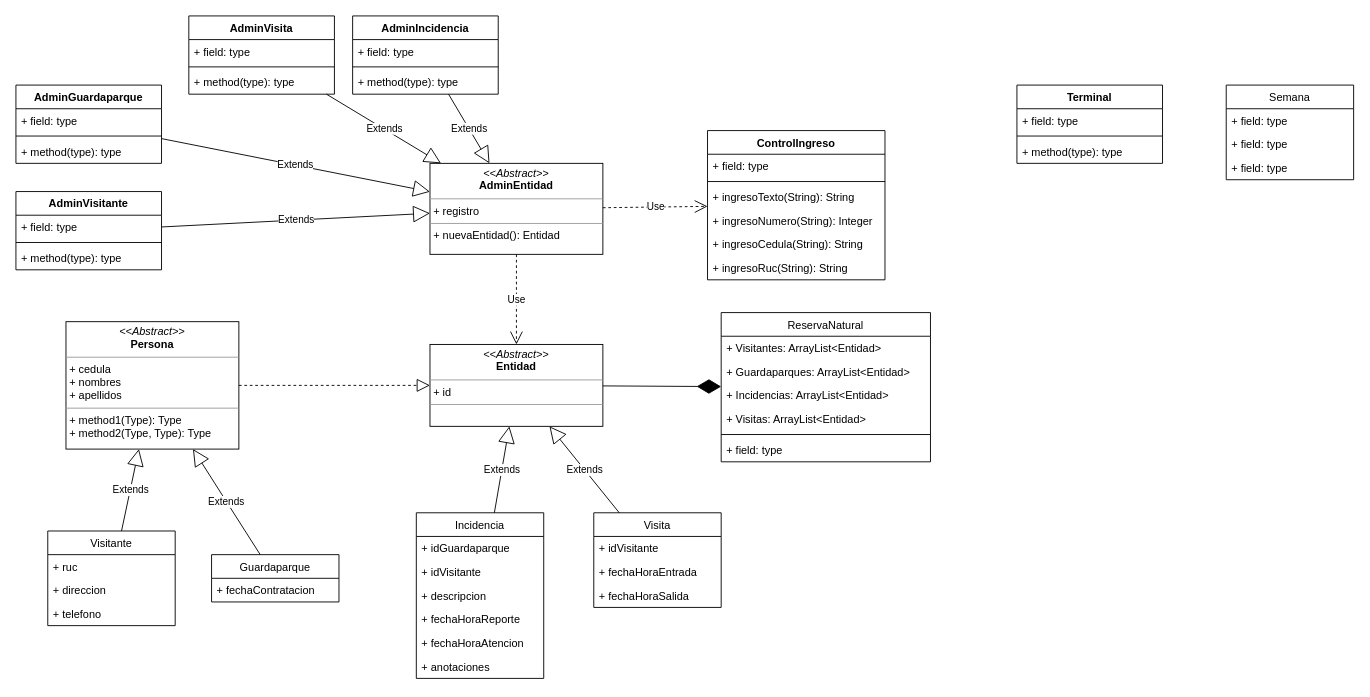
This is page "Page-1" (1 of 2) of solucion.drawio from leninrkb/ReservaNatural, a draw.io file, before an edit. Source tidied: cells renumbered, new cells numbered last; positions are measured from the earlier drawing's top-left corner, leaving out a move shared by most shapes. Both pictures are drawn from the tidied source at 91%, with x=0, y=0 at pixel (15, 15).
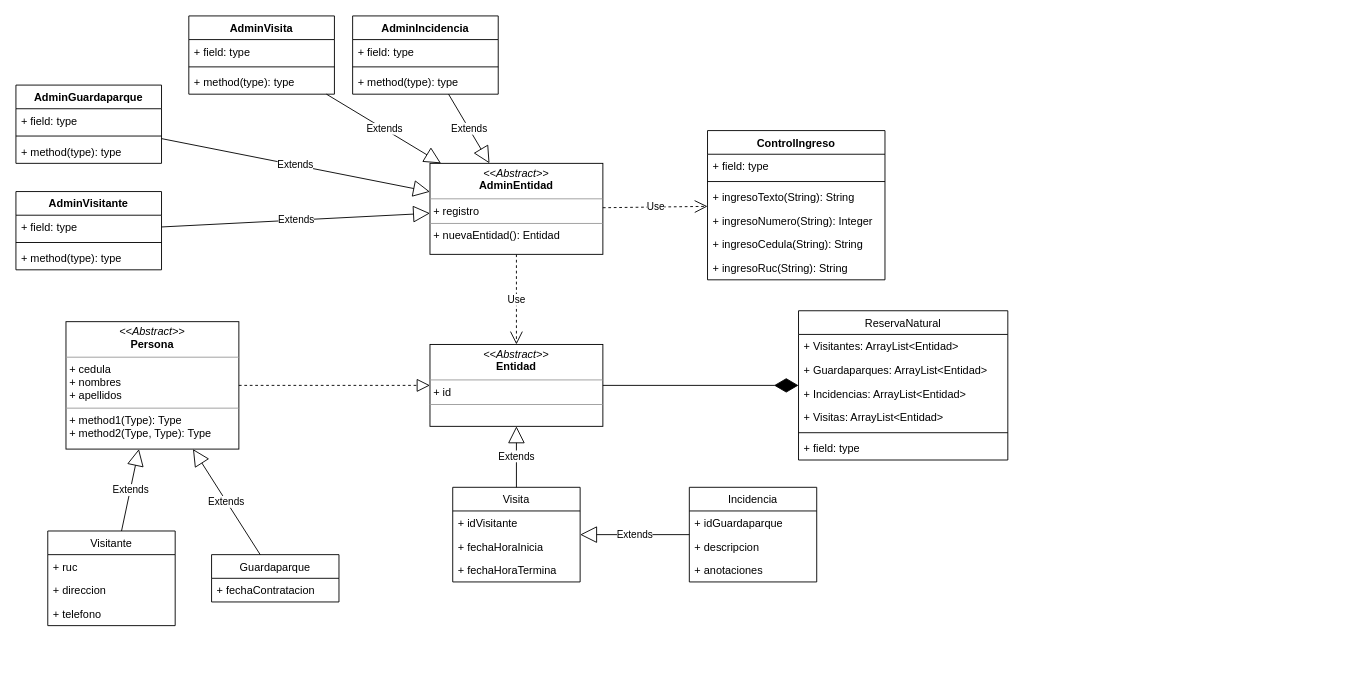
Above is the later version.

Unchanged cells that the change refers to:
```xml
<mxCell id="3" value="&lt;p style=&quot;margin:0px;margin-top:4px;text-align:center;&quot;&gt;&lt;i&gt;&amp;lt;&amp;lt;Abstract&amp;gt;&amp;gt;&lt;/i&gt;&lt;br&gt;&lt;b&gt;Entidad&lt;/b&gt;&lt;/p&gt;&lt;hr size=&quot;1&quot;&gt;&lt;p style=&quot;margin:0px;margin-left:4px;&quot;&gt;+ id&lt;br&gt;&lt;/p&gt;&lt;hr size=&quot;1&quot;&gt;&lt;p style=&quot;margin:0px;margin-left:4px;&quot;&gt;&lt;br&gt;&lt;/p&gt;" style="verticalAlign=top;align=left;overflow=fill;fontSize=12;fontFamily=Helvetica;html=1;" parent="1" vertex="1">
  <mxGeometry x="455" y="361" width="190" height="90" as="geometry" />
</mxCell>
```

What changed in the source:
```diff
@@
     <mxCell id="11" value="Incidencia" style="swimlane;fontStyle=0;horizontal=1;startSize=26;fillColor=none;" parent="1" vertex="1">
-      <mxGeometry x="440" y="546" width="140" height="182" as="geometry" />
+      <mxGeometry x="740" y="518" width="140" height="104" as="geometry" />
     </mxCell>
@@
-    <mxCell id="13" value="+ idVisitante" style="text;strokeColor=none;fillColor=none;align=left;verticalAlign=top;spacingLeft=4;spacingRight=4;overflow=hidden;" parent="11" vertex="1">
-      <mxGeometry y="52" width="140" height="26" as="geometry" />
-    </mxCell>
     <mxCell id="14" value="+ descripcion" style="text;strokeColor=none;fillColor=none;align=left;verticalAlign=top;spacingLeft=4;spacingRight=4;overflow=hidden;" parent="11" vertex="1">
-      <mxGeometry y="78" width="140" height="26" as="geometry" />
+      <mxGeometry y="52" width="140" height="26" as="geometry" />
     </mxCell>
-    <mxCell id="15" value="+ fechaHoraReporte" style="text;strokeColor=none;fillColor=none;align=left;verticalAlign=top;spacingLeft=4;spacingRight=4;overflow=hidden;" parent="11" vertex="1">
-      <mxGeometry y="104" width="140" height="26" as="geometry" />
-    </mxCell>
-    <mxCell id="16" value="+ fechaHoraAtencion" style="text;strokeColor=none;fillColor=none;align=left;verticalAlign=top;spacingLeft=4;spacingRight=4;overflow=hidden;" parent="11" vertex="1">
-      <mxGeometry y="130" width="140" height="26" as="geometry" />
-    </mxCell>
     <mxCell id="17" value="+ anotaciones" style="text;strokeColor=none;fillColor=none;align=left;verticalAlign=top;spacingLeft=4;spacingRight=4;overflow=hidden;" parent="11" vertex="1">
-      <mxGeometry y="156" width="140" height="26" as="geometry" />
+      <mxGeometry y="78" width="140" height="26" as="geometry" />
     </mxCell>
     <mxCell id="18" value="Visita" style="swimlane;fontStyle=0;horizontal=1;startSize=26;fillColor=none;" parent="1" vertex="1">
-      <mxGeometry x="635" y="546" width="140" height="104" as="geometry" />
+      <mxGeometry x="480" y="518" width="140" height="104" as="geometry" />
     </mxCell>
@@
-    <mxCell id="20" value="+ fechaHoraEntrada" style="text;strokeColor=none;fillColor=none;align=left;verticalAlign=top;spacingLeft=4;spacingRight=4;overflow=hidden;" parent="18" vertex="1">
+    <mxCell id="20" value="+ fechaHoraInicia" style="text;strokeColor=none;fillColor=none;align=left;verticalAlign=top;spacingLeft=4;spacingRight=4;overflow=hidden;" parent="18" vertex="1">
       <mxGeometry y="52" width="140" height="26" as="geometry" />
     </mxCell>
-    <mxCell id="21" value="+ fechaHoraSalida" style="text;strokeColor=none;fillColor=none;align=left;verticalAlign=top;spacingLeft=4;spacingRight=4;overflow=hidden;" parent="18" vertex="1">
+    <mxCell id="21" value="+ fechaHoraTermina" style="text;strokeColor=none;fillColor=none;align=left;verticalAlign=top;spacingLeft=4;spacingRight=4;overflow=hidden;" parent="18" vertex="1">
       <mxGeometry y="78" width="140" height="26" as="geometry" />
     </mxCell>
@@
-    <mxCell id="24" value="Extends" style="endArrow=block;endSize=16;endFill=0;html=1;" parent="1" edge="1" source="11" target="3">
+    <mxCell id="24" value="Extends" style="endArrow=block;endSize=16;endFill=0;html=1;" parent="1" edge="1" source="11" target="18">
       <mxGeometry relative="1" as="geometry" />
     </mxCell>
@@
     <mxCell id="28" value="ReservaNatural" style="swimlane;fontStyle=0;horizontal=1;startSize=26;fillColor=none;" parent="1" vertex="1">
-      <mxGeometry x="775" y="326" width="230" height="164" as="geometry" />
+      <mxGeometry x="860" y="324" width="230" height="164" as="geometry" />
     </mxCell>
@@
-    <mxCell id="64" value="Terminal" style="swimlane;fontStyle=1;align=center;verticalAlign=top;horizontal=1;startSize=26;" parent="1" vertex="1">
-      <mxGeometry x="1100" y="76" width="160" height="86" as="geometry" />
-    </mxCell>
-    <mxCell id="65" value="+ field: type" style="text;strokeColor=none;fillColor=none;align=left;verticalAlign=top;spacingLeft=4;spacingRight=4;overflow=hidden;" parent="64" vertex="1">
-      <mxGeometry y="26" width="160" height="26" as="geometry" />
-    </mxCell>
-    <mxCell id="66" style="line;strokeWidth=1;fillColor=none;align=left;verticalAlign=middle;spacingTop=-1;spacingLeft=3;spacingRight=3;labelPosition=right;strokeColor=inherit;" parent="64" vertex="1">
-      <mxGeometry y="52" width="160" height="8" as="geometry" />
-    </mxCell>
-    <mxCell id="67" value="+ method(type): type" style="text;strokeColor=none;fillColor=none;align=left;verticalAlign=top;spacingLeft=4;spacingRight=4;overflow=hidden;" parent="64" vertex="1">
-      <mxGeometry y="60" width="160" height="26" as="geometry" />
-    </mxCell>
-    <mxCell id="68" value="Semana" style="swimlane;fontStyle=0;horizontal=1;startSize=26;fillColor=none;" parent="1" vertex="1">
-      <mxGeometry x="1330" y="76" width="140" height="104" as="geometry" />
-    </mxCell>
-    <mxCell id="69" value="+ field: type" style="text;strokeColor=none;fillColor=none;align=left;verticalAlign=top;spacingLeft=4;spacingRight=4;overflow=hidden;" parent="68" vertex="1">
-      <mxGeometry y="26" width="140" height="26" as="geometry" />
-    </mxCell>
-    <mxCell id="70" value="+ field: type" style="text;strokeColor=none;fillColor=none;align=left;verticalAlign=top;spacingLeft=4;spacingRight=4;overflow=hidden;" parent="68" vertex="1">
-      <mxGeometry y="52" width="140" height="26" as="geometry" />
-    </mxCell>
-    <mxCell id="71" value="+ field: type" style="text;strokeColor=none;fillColor=none;align=left;verticalAlign=top;spacingLeft=4;spacingRight=4;overflow=hidden;" parent="68" vertex="1">
-      <mxGeometry y="78" width="140" height="26" as="geometry" />
-    </mxCell>
```
